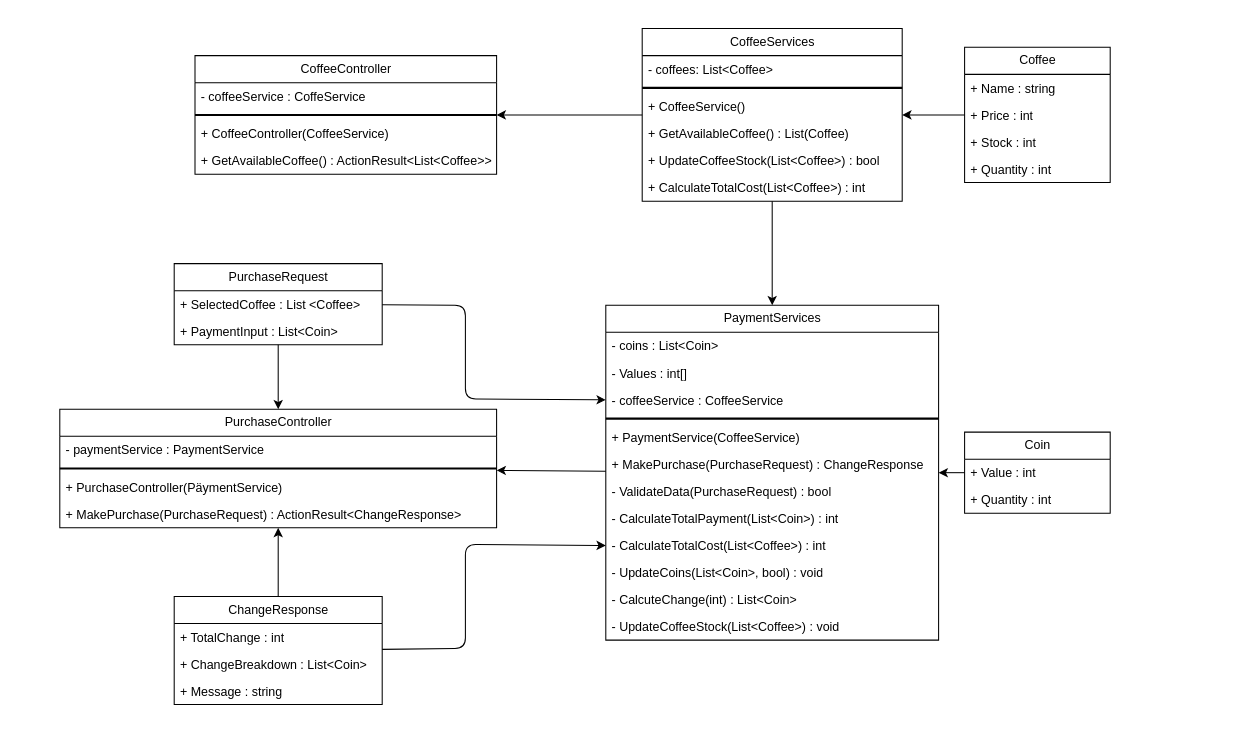
This is design/UML.drawio from d4v7d/CoffeeMaker, a draw.io file, before an edit. Source tidied: cells renumbered, new cells numbered last; positions are measured from the earlier drawing's top-left corner, leaving out a move shared by most shapes. Both pictures are drawn from the tidied source at 104%, with x=0, y=0 at pixel (59, 28).
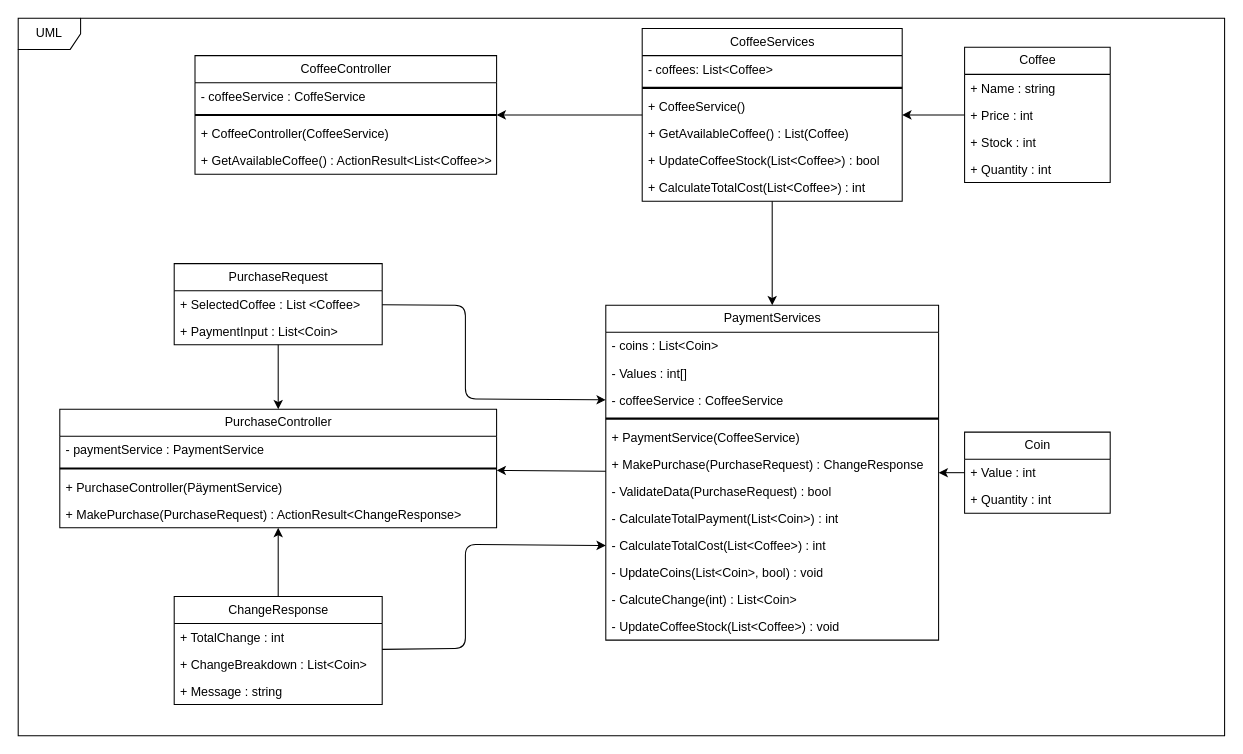
The same diagram, later.

Commit message (it also covers changes not shown here):
Se agrewgó el UML al repo

Change to the diagram source:
```diff
@@
+    <mxCell id="56" value="UML" style="shape=umlFrame;whiteSpace=wrap;html=1;" parent="1" vertex="1">
+      <mxGeometry x="-40" y="-10" width="1160" height="690" as="geometry" />
+    </mxCell>
```
